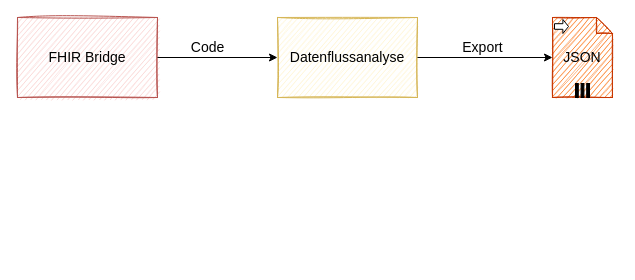
Earlier version of the draw.io diagram MaKonzept1.drawio (jsachau/drawio). Source tidied: cells renumbered, new cells numbered last; positions are measured from the earlier drawing's top-left corner, leaving out a move shared by most shapes. Both pictures are drawn from the tidied source at 100%, with x=0, y=0 at pixel (17, 17).
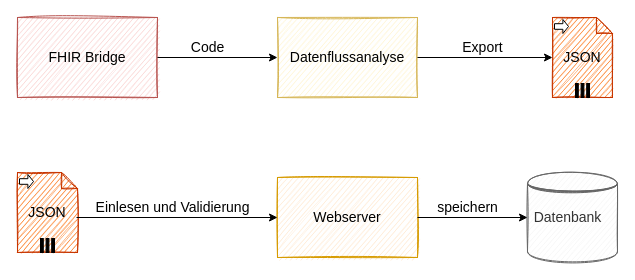
The same diagram, later.

What changed in the source:
```diff
@@
+    <mxCell id="11" value="&lt;font color=&quot;#000000&quot; style=&quot;font-size: 14px&quot;&gt;JSON&lt;/font&gt;" style="shape=note;whiteSpace=wrap;size=16;html=1;fillColor=#fa6800;strokeColor=#C73500;fontColor=#ffffff;sketch=1;" parent="1" vertex="1">
+      <mxGeometry y="155" width="60" height="80" as="geometry" />
+    </mxCell>
+    <mxCell id="12" style="html=1;shape=singleArrow;arrowWidth=0.4;arrowSize=0.4;" parent="11" vertex="1">
+      <mxGeometry width="14" height="14" relative="1" as="geometry">
+        <mxPoint x="2" y="2" as="offset" />
+      </mxGeometry>
+    </mxCell>
+    <mxCell id="13" style="html=1;whiteSpace=wrap;shape=parallelMarker;" parent="11" vertex="1">
+      <mxGeometry x="0.5" y="1" width="14" height="14" relative="1" as="geometry">
+        <mxPoint x="-7" y="-14" as="offset" />
+      </mxGeometry>
+    </mxCell>
+    <mxCell id="14" value="&lt;font style=&quot;font-size: 14px&quot;&gt;Webserver&lt;/font&gt;" style="rounded=0;whiteSpace=wrap;html=1;fillColor=#ffe6cc;strokeColor=#d79b00;sketch=1;" parent="1" vertex="1">
+      <mxGeometry x="260" y="160" width="140" height="80" as="geometry" />
+    </mxCell>
+    <mxCell id="15" style="shape=datastore;whiteSpace=wrap;html=1;fillColor=#f5f5f5;strokeColor=#666666;fontColor=#333333;sketch=1;" parent="1" vertex="1">
+      <mxGeometry x="510" y="155" width="90" height="90" as="geometry" />
+    </mxCell>
+    <mxCell id="16" style="endArrow=classic;html=1;entryX=0;entryY=0.5;entryDx=0;entryDy=0;" parent="1" edge="1" target="14">
+      <mxGeometry relative="1" as="geometry">
+        <mxPoint x="59" y="200" as="sourcePoint" />
+      </mxGeometry>
+    </mxCell>
+    <mxCell id="17" style="endArrow=classic;html=1;exitX=1;exitY=0.5;exitDx=0;exitDy=0;entryX=0;entryY=0.5;entryDx=0;entryDy=0;" parent="1" edge="1" source="14" target="15">
+      <mxGeometry relative="1" as="geometry" />
+    </mxCell>
+    <mxCell id="18" value="&lt;font style=&quot;font-size: 14px&quot;&gt;Einlesen und Validierung&lt;/font&gt;" style="text;html=1;align=center;verticalAlign=middle;" parent="1" vertex="1">
+      <mxGeometry x="70" y="180" width="170" height="20" as="geometry" />
+    </mxCell>
+    <mxCell id="19" value="&lt;font style=&quot;font-size: 14px&quot;&gt;speichern&lt;/font&gt;" style="text;html=1;align=center;verticalAlign=middle;" parent="1" vertex="1">
+      <mxGeometry x="410" y="180" width="80" height="20" as="geometry" />
+    </mxCell>
+    <mxCell id="20" value="&lt;span style=&quot;color: rgb(51 , 51 , 51)&quot;&gt;&lt;font style=&quot;font-size: 14px&quot;&gt;Datenbank&lt;/font&gt;&lt;/span&gt;" style="text;html=1;align=center;verticalAlign=middle;" parent="1" vertex="1">
+      <mxGeometry x="510" y="190" width="80" height="20" as="geometry" />
+    </mxCell>
```
